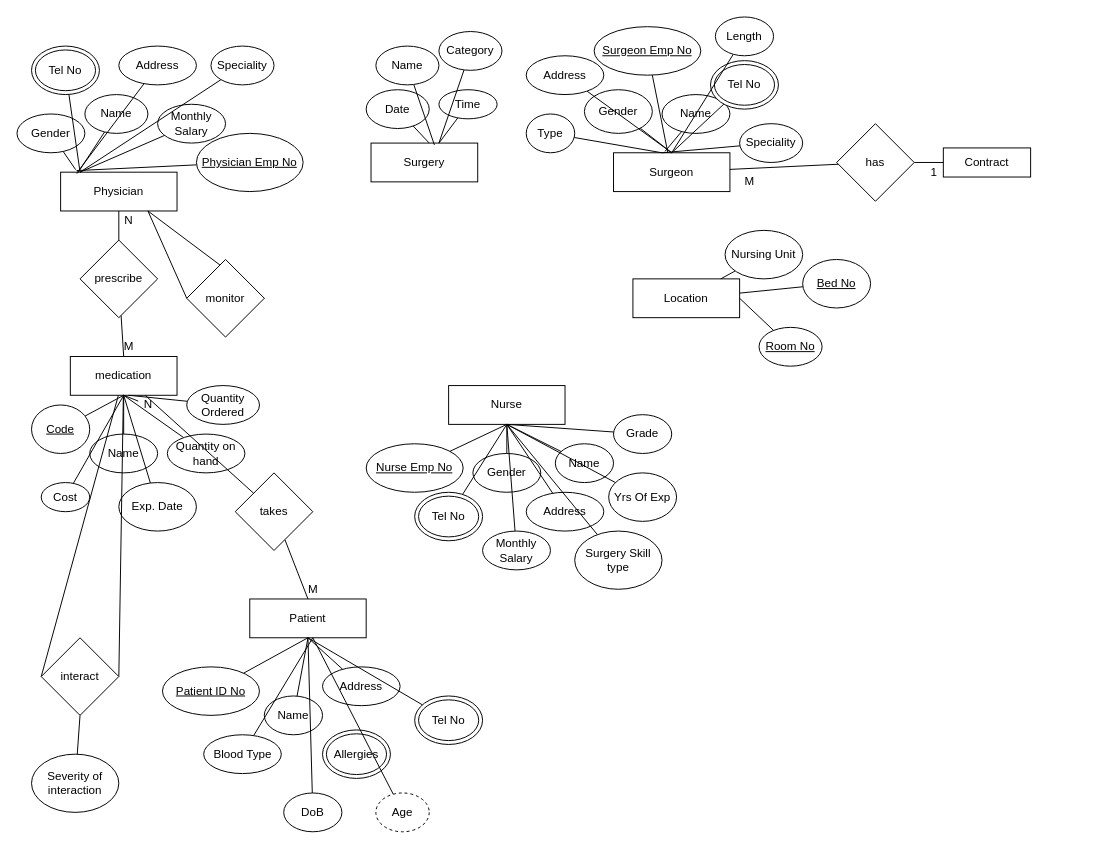
ImaDeSara/ImaDeSara keeps this draw.io diagram as Practice Test ER Diagram.drawio. Above is the earlier version. Source tidied: cells renumbered, new cells numbered last; positions are measured from the earlier drawing's top-left corner, leaving out a move shared by most shapes. Both pictures are drawn from the tidied source at 97%, with x=0, y=0 at pixel (16, 16).
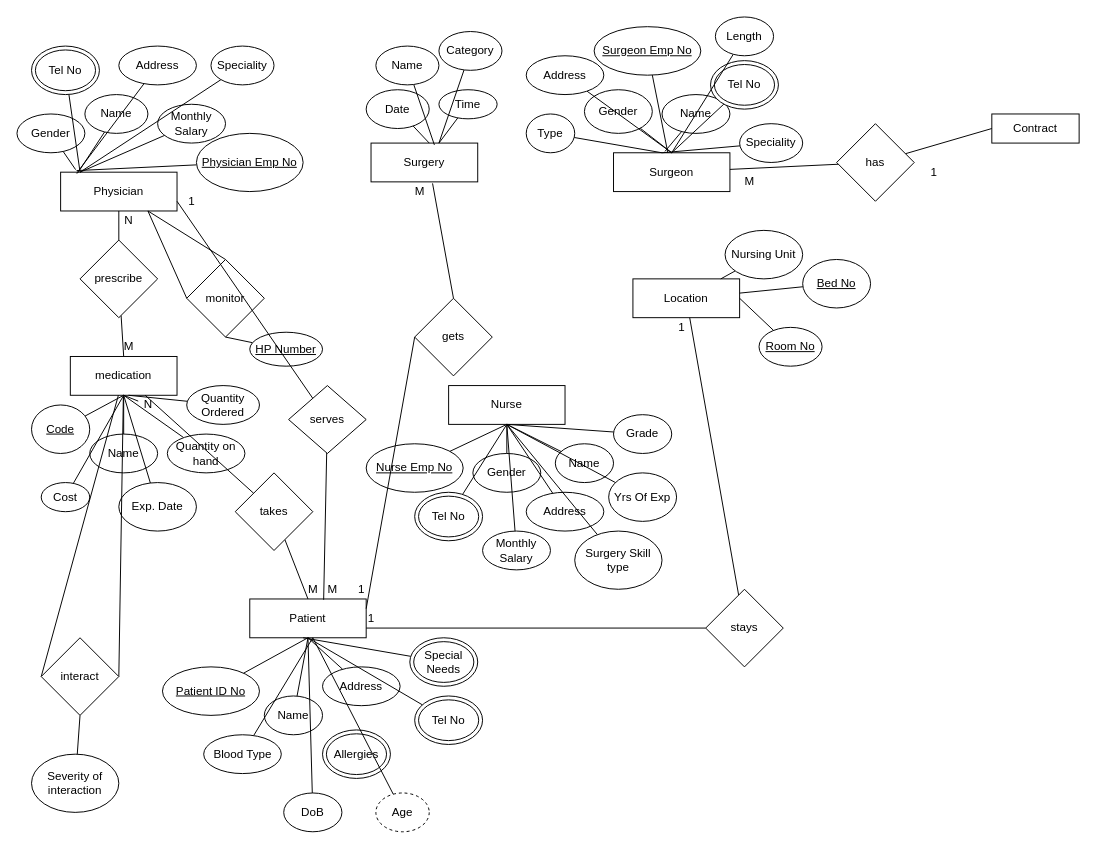
Above is the later version.

The change refers to these unchanged cells:
```xml
<mxCell id="3" value="Physician" style="rounded=0;whiteSpace=wrap;html=1;" parent="1" vertex="1">
  <mxGeometry x="45" y="160" width="120" height="40" as="geometry" />
</mxCell>
<mxCell id="6" value="Patient" style="rounded=0;whiteSpace=wrap;html=1;" parent="1" vertex="1">
  <mxGeometry x="240" y="600" width="120" height="40" as="geometry" />
</mxCell>
<mxCell id="7" value="Location" style="rounded=0;whiteSpace=wrap;html=1;" parent="1" vertex="1">
  <mxGeometry x="635" y="270" width="110" height="40" as="geometry" />
</mxCell>
<mxCell id="117" value="M" style="text;html=1;align=center;verticalAlign=middle;points=[];strokeColor=none;fillColor=none;" parent="1" vertex="1">
  <mxGeometry x="290" y="580" width="30" height="20" as="geometry" />
</mxCell>
<mxCell id="122" value="monitor" style="rhombus;whiteSpace=wrap;html=1;" parent="1" vertex="1">
  <mxGeometry x="175" y="250" width="80" height="80" as="geometry" />
</mxCell>
```

Diff of the diagram source:
```diff
@@
     <mxCell id="49" value="Contract" style="rounded=0;whiteSpace=wrap;html=1;" parent="1" vertex="1">
-      <mxGeometry x="955" y="135" width="90" height="30" as="geometry" />
+      <mxGeometry x="1005" y="100" width="90" height="30" as="geometry" />
     </mxCell>
@@
-    <mxCell id="121" style="edgeStyle=none;rounded=0;jettySize=auto;html=1;entryX=0.75;entryY=1;entryDx=0;entryDy=0;endArrow=none;endFill=0;exitX=1;exitY=0.5;exitDx=0;exitDy=0;" parent="1" edge="1" source="122" target="3">
+    <mxCell id="121" style="edgeStyle=none;rounded=0;jettySize=auto;html=1;entryX=0.75;entryY=1;entryDx=0;entryDy=0;endArrow=none;endFill=0;exitX=0.5;exitY=0;exitDx=0;exitDy=0;" parent="1" edge="1" source="122" target="3">
       <mxGeometry relative="1" as="geometry" />
     </mxCell>
@@
+    <mxCell id="123" style="edgeStyle=none;rounded=0;jettySize=auto;html=1;endArrow=none;endFill=0;" parent="1" edge="1" source="124">
+      <mxGeometry relative="1" as="geometry">
+        <mxPoint x="295" y="640" as="targetPoint" />
+      </mxGeometry>
+    </mxCell>
+    <mxCell id="124" value="Special Needs" style="ellipse;shape=doubleEllipse;whiteSpace=wrap;html=1;" parent="1" vertex="1">
+      <mxGeometry x="405" y="640" width="70" height="50" as="geometry" />
+    </mxCell>
+    <mxCell id="125" style="edgeStyle=none;rounded=0;jettySize=auto;html=1;endArrow=none;endFill=0;exitX=0.5;exitY=0;exitDx=0;exitDy=0;entryX=0.948;entryY=0.078;entryDx=0;entryDy=0;entryPerimeter=0;" parent="1" edge="1" source="127" target="128">
+      <mxGeometry relative="1" as="geometry" />
+    </mxCell>
+    <mxCell id="126" style="edgeStyle=none;rounded=0;jettySize=auto;html=1;exitX=0;exitY=0.5;exitDx=0;exitDy=0;entryX=1;entryY=0.25;entryDx=0;entryDy=0;endArrow=none;endFill=0;" parent="1" edge="1" source="127" target="6">
+      <mxGeometry relative="1" as="geometry" />
+    </mxCell>
+    <mxCell id="127" value="gets" style="rhombus;whiteSpace=wrap;html=1;" parent="1" vertex="1">
+      <mxGeometry x="410" y="290" width="80" height="80" as="geometry" />
+    </mxCell>
+    <mxCell id="128" value="M" style="text;html=1;align=center;verticalAlign=middle;points=[];strokeColor=none;fillColor=none;" parent="1" vertex="1">
+      <mxGeometry x="400" y="170" width="30" height="20" as="geometry" />
+    </mxCell>
+    <mxCell id="129" style="edgeStyle=none;rounded=0;jettySize=auto;html=1;entryX=0.5;entryY=1;entryDx=0;entryDy=0;endArrow=none;endFill=0;" parent="1" edge="1" source="130" target="122">
+      <mxGeometry relative="1" as="geometry" />
+    </mxCell>
+    <mxCell id="130" value="&lt;u&gt;HP Number&lt;/u&gt;" style="ellipse;whiteSpace=wrap;html=1;" parent="1" vertex="1">
+      <mxGeometry x="240" y="325" width="75" height="35" as="geometry" />
+    </mxCell>
+    <mxCell id="131" style="edgeStyle=none;rounded=0;jettySize=auto;html=1;entryX=1;entryY=0.75;entryDx=0;entryDy=0;endArrow=none;endFill=0;" parent="1" edge="1" source="133" target="3">
+      <mxGeometry relative="1" as="geometry" />
+    </mxCell>
+    <mxCell id="132" style="edgeStyle=none;rounded=0;jettySize=auto;html=1;entryX=0.872;entryY=1.04;entryDx=0;entryDy=0;entryPerimeter=0;endArrow=none;endFill=0;" parent="1" edge="1" source="133" target="117">
+      <mxGeometry relative="1" as="geometry" />
+    </mxCell>
+    <mxCell id="133" value="serves" style="rhombus;whiteSpace=wrap;html=1;" parent="1" vertex="1">
+      <mxGeometry x="280" y="380" width="80" height="70" as="geometry" />
+    </mxCell>
+    <mxCell id="134" value="1&lt;br&gt;" style="text;html=1;align=center;verticalAlign=middle;strokeColor=none;fillColor=none;" parent="1" vertex="1">
+      <mxGeometry x="170" y="180" width="20" height="20" as="geometry" />
+    </mxCell>
+    <mxCell id="135" value="M" style="text;html=1;align=center;verticalAlign=middle;strokeColor=none;fillColor=none;" parent="1" vertex="1">
+      <mxGeometry x="310" y="580" width="30" height="20" as="geometry" />
+    </mxCell>
+    <mxCell id="136" value="1" style="text;html=1;align=center;verticalAlign=middle;strokeColor=none;fillColor=none;" parent="1" vertex="1">
+      <mxGeometry x="345" y="580" width="20" height="20" as="geometry" />
+    </mxCell>
+    <mxCell id="137" style="edgeStyle=none;rounded=0;jettySize=auto;html=1;endArrow=none;endFill=0;" parent="1" edge="1" source="139" target="7">
+      <mxGeometry relative="1" as="geometry" />
+    </mxCell>
+    <mxCell id="138" style="edgeStyle=none;rounded=0;jettySize=auto;html=1;entryX=1;entryY=0.75;entryDx=0;entryDy=0;endArrow=none;endFill=0;" parent="1" edge="1" source="139" target="6">
+      <mxGeometry relative="1" as="geometry" />
+    </mxCell>
+    <mxCell id="139" value="stays" style="rhombus;whiteSpace=wrap;html=1;" parent="1" vertex="1">
+      <mxGeometry x="710" y="590" width="80" height="80" as="geometry" />
+    </mxCell>
+    <mxCell id="140" value="1" style="text;html=1;align=center;verticalAlign=middle;strokeColor=none;fillColor=none;" parent="1" vertex="1">
+      <mxGeometry x="675" y="310" width="20" height="20" as="geometry" />
+    </mxCell>
+    <mxCell id="141" value="1" style="text;html=1;align=center;verticalAlign=middle;strokeColor=none;fillColor=none;" parent="1" vertex="1">
+      <mxGeometry x="355" y="610" width="20" height="20" as="geometry" />
+    </mxCell>
```
